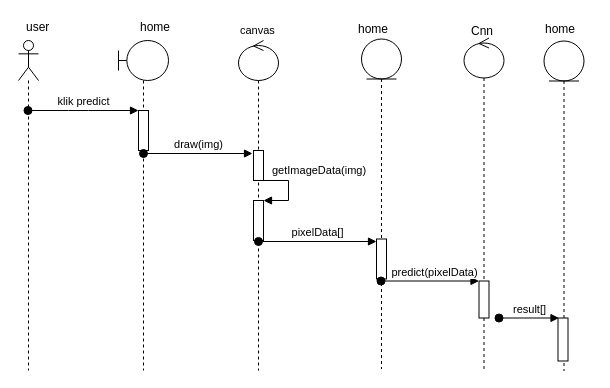
Above: page "prediksi" (5 of 10) of diagram/sequence.drawio in fifinal/skripsi-cnn-toga (draw.io), before the change. Source tidied: cells renumbered, new cells numbered last; positions are measured from the earlier drawing's top-left corner, leaving out a move shared by most shapes. Both pictures are drawn from the tidied source at 100%, with x=0, y=0 at pixel (18, 17).
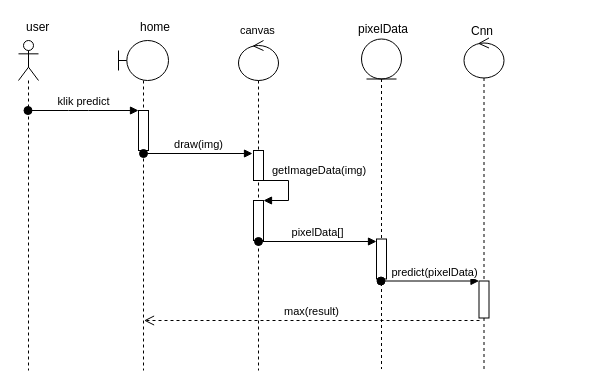
The same diagram, later.

Change to the diagram source:
```diff
@@
-    <mxCell id="16" value="home" style="text;html=1;align=left;verticalAlign=top;spacingTop=-4;" parent="1" vertex="1">
-      <mxGeometry x="338" y="1.5" width="50" height="20" as="geometry" />
+    <mxCell id="16" value="pixelData" style="text;html=1;align=left;verticalAlign=top;spacingTop=-4;" parent="1" vertex="1">
+      <mxGeometry x="338" y="1.5" width="70" height="20" as="geometry" />
     </mxCell>
@@
-    <mxCell id="22" style="shape=umlLifeline;participant=umlEntity;perimeter=lifelinePerimeter;whiteSpace=wrap;html=1;verticalAlign=top;spacingTop=36;labelBackgroundColor=#ffffff;" parent="1" vertex="1">
-      <mxGeometry x="525.5" y="23.5" width="40" height="330" as="geometry" />
-    </mxCell>
-    <mxCell id="23" style="html=1;perimeter=orthogonalPerimeter;" parent="22" vertex="1">
-      <mxGeometry x="14" y="277" width="10" height="43" as="geometry" />
-    </mxCell>
-    <mxCell id="24" value="result[]" style="html=1;verticalAlign=bottom;startArrow=oval;endArrow=block;startSize=8;" parent="22" edge="1">
-      <mxGeometry relative="1" as="geometry">
-        <mxPoint x="-45" y="277" as="sourcePoint" />
-        <mxPoint x="15" y="277" as="targetPoint" />
-      </mxGeometry>
-    </mxCell>
-    <mxCell id="25" value="home" style="text;html=1;align=left;verticalAlign=top;spacingTop=-4;" parent="1" vertex="1">
-      <mxGeometry x="524.5" y="1.5" width="50" height="20" as="geometry" />
-    </mxCell>
+    <mxCell id="26" value="max(result)" style="html=1;verticalAlign=bottom;endArrow=open;dashed=1;endSize=8;" parent="1" edge="1">
+      <mxGeometry relative="1" as="geometry">
+        <mxPoint x="461" y="303" as="sourcePoint" />
+        <mxPoint x="125.5" y="303" as="targetPoint" />
+      </mxGeometry>
+    </mxCell>
```
